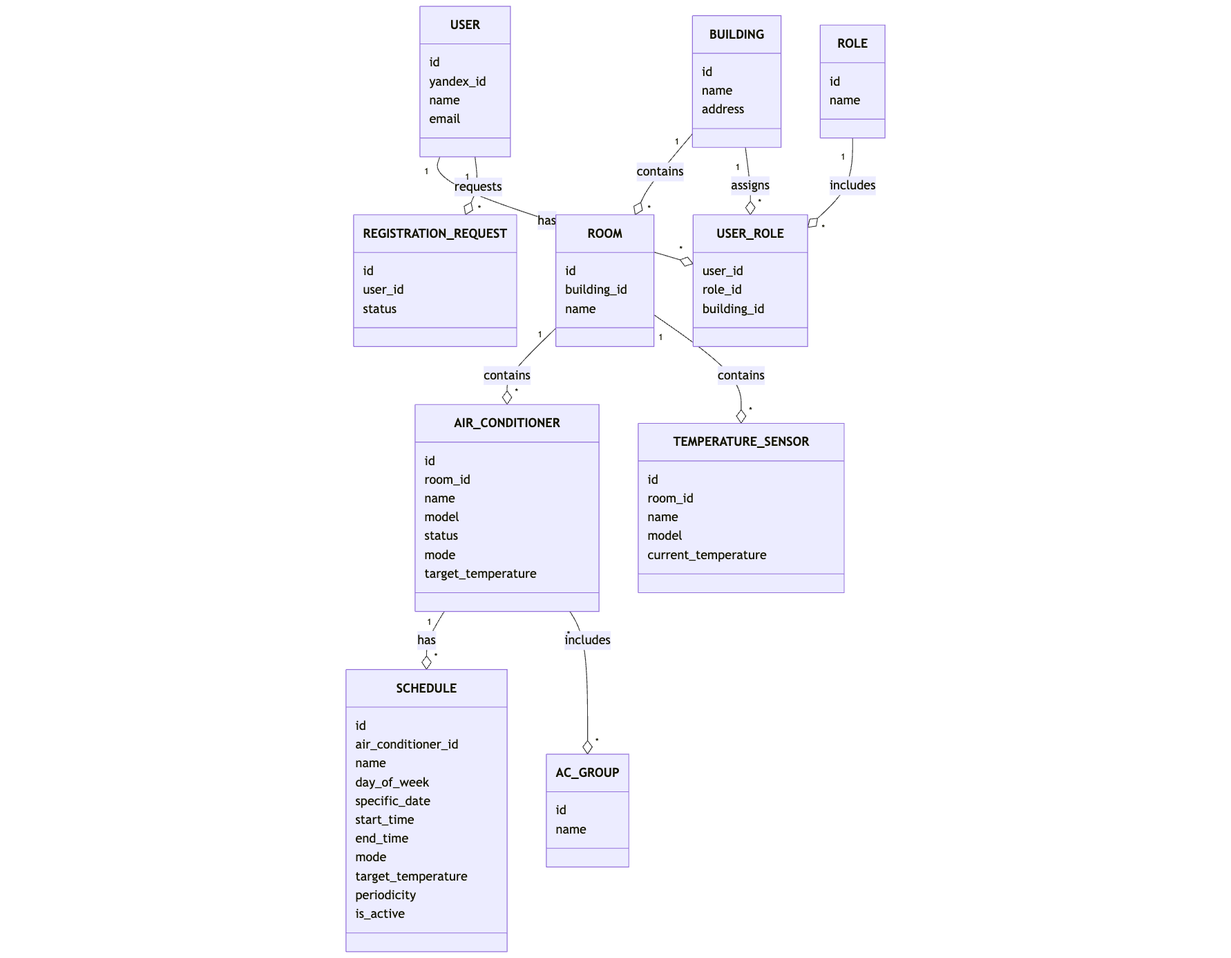
The Mermaid diagram docs/er-model.png in dllnnx/is-coursework, before a commit. Its source is kept beside it as docs/er-model.mmd.
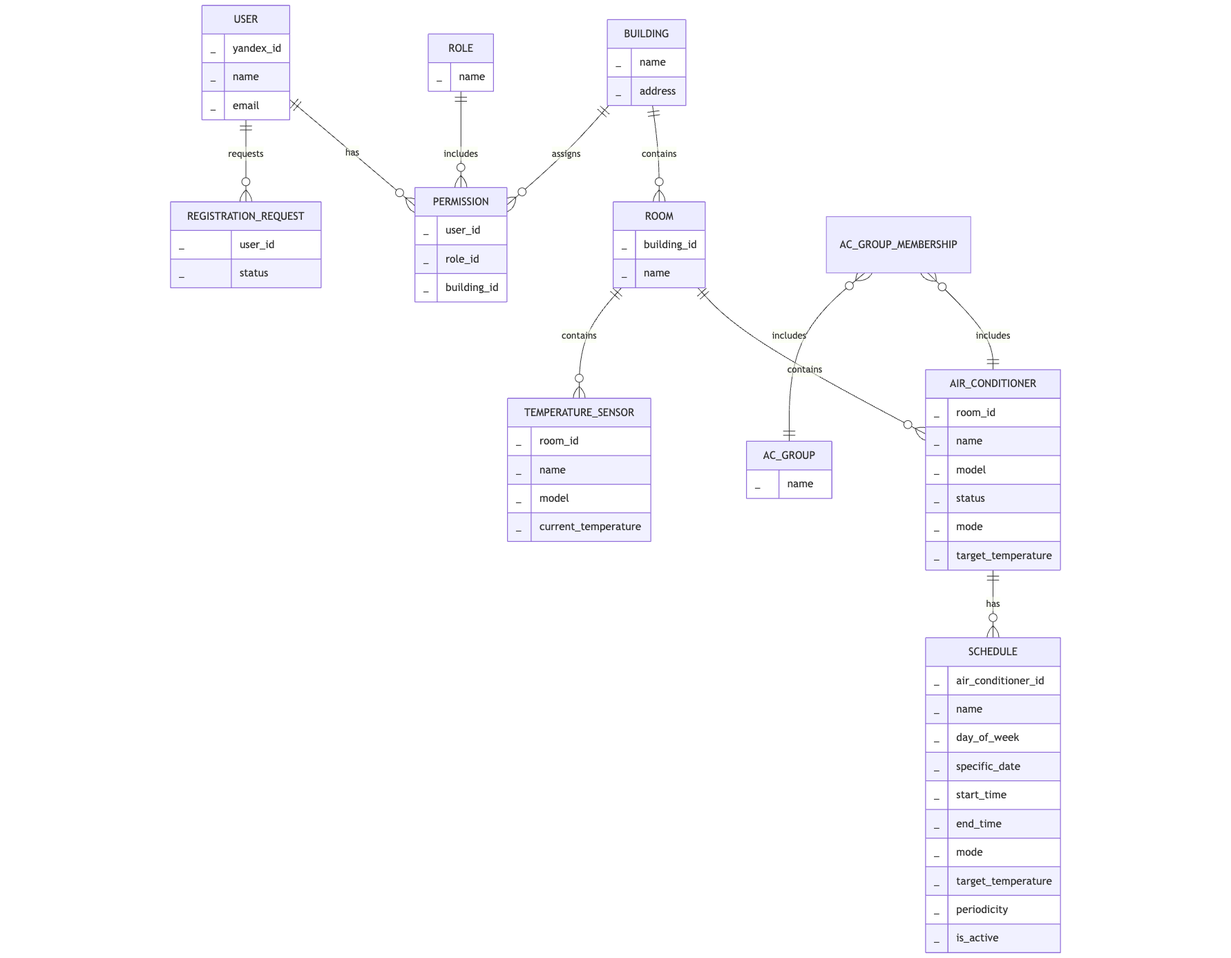
The same file after the commit.

Commit message:
change classDiagram to erDiagram

The edit, as a diff of the source:
```diff
@@ -1,83 +1,75 @@
-classDiagram
-    class USER {
-        id
-        yandex_id
-        name
-        email
+erDiagram
+    USER {
+        _ yandex_id
+        _ name
+        _ email
     }
 
-    class ROLE {
-        id
-        name
+    ROLE {
+        _ name
     }
 
-    class BUILDING {
-        id
-        name
-        address
+    BUILDING {
+        _ name
+        _ address
     }
 
-    class ROOM {
-        id
-        building_id
-        name
+    ROOM {
+        _ building_id
+        _ name
     }
 
-    class AIR_CONDITIONER {
-        id
-        room_id
-        name
-        model
-        status
-        mode
-        target_temperature
+    AIR_CONDITIONER {
+        _ room_id
+        _ name
+        _ model
+        _ status
+        _ mode
+        _ target_temperature
     }
 
-    class TEMPERATURE_SENSOR {
-        id
-        room_id
-        name
-        model
-        current_temperature
+    TEMPERATURE_SENSOR {
+        _ room_id
+        _ name
+        _ model
+        _ current_temperature
     }
 
-    class SCHEDULE {
-        id
-        air_conditioner_id
-        name
-        day_of_week
-        specific_date
-        start_time
-        end_time
-        mode
-        target_temperature
-        periodicity
-        is_active
+    SCHEDULE {
+        _ air_conditioner_id
+        _ name
+        _ day_of_week
+        _ specific_date
+        _ start_time
+        _ end_time
+        _ mode
+        _ target_temperature
+        _ periodicity
+        _ is_active
     }
 
-    class AC_GROUP {
-        id
-        name
+    AC_GROUP {
+        _ name
     }
 
-    class REGISTRATION_REQUEST {
-        id
-        user_id
-        status
+    REGISTRATION_REQUEST {
+        _ user_id
+        _ status
     }
 
-    class PERMISSION {
-        user_id
-        role_id
-        building_id
+    PERMISSION {
+        _ user_id
+        _ role_id
+        _ building_id
     }
 
-    USER "1" --o "*" PERMISSION : has
-    ROLE "1" --o "*" PERMISSION : includes
-    USER "1" --o "*" REGISTRATION_REQUEST : requests
-    BUILDING "1" --o "*" ROOM : contains
-    BUILDING "1" --o "*" PERMISSION : assigns
-    ROOM "1" --o "*" AIR_CONDITIONER : contains
-    ROOM "1" --o "*" TEMPERATURE_SENSOR : contains
-    AIR_CONDITIONER "1" --o "*" SCHEDULE : has
-    AIR_CONDITIONER "*" --o "*" AC_GROUP : includes
+    USER ||--o{ PERMISSION : has
+    ROLE ||--o{ PERMISSION : includes
+    USER ||--o{ REGISTRATION_REQUEST : requests
+    BUILDING ||--o{ ROOM : contains
+    BUILDING ||--o{ PERMISSION : assigns
+    ROOM ||--o{ AIR_CONDITIONER : contains
+    ROOM ||--o{ TEMPERATURE_SENSOR : contains
+    AIR_CONDITIONER ||--o{ SCHEDULE : has
+    AC_GROUP_MEMBERSHIP }o--|| AIR_CONDITIONER : includes
+    AC_GROUP_MEMBERSHIP }o--|| AC_GROUP : includes
```
